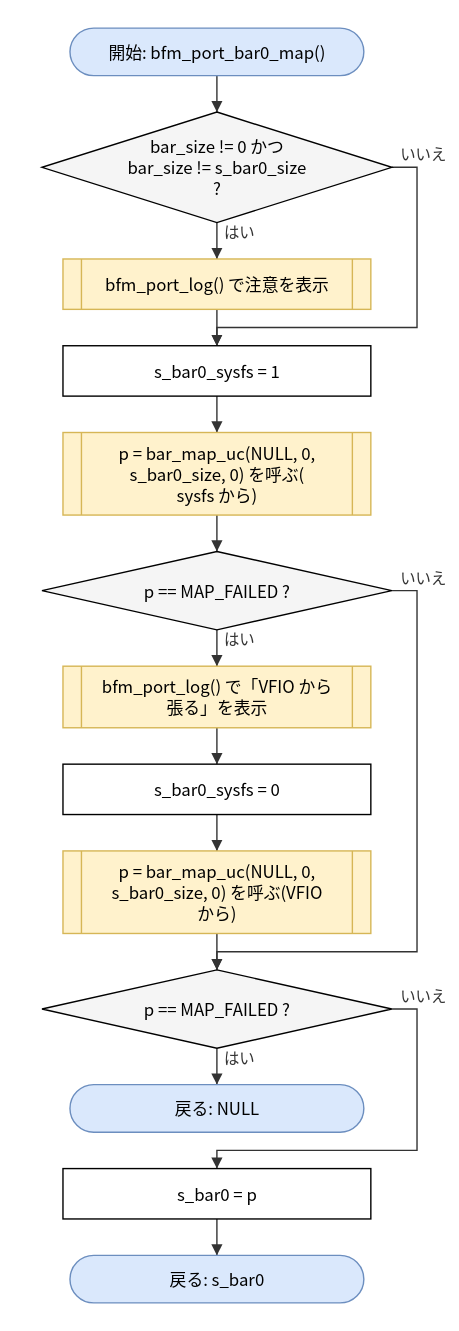
The draw.io diagram doc/spec/images/flow_port_linux_vfio_port_linux-bfm_port_bar0_map.drawio.svg in hf355051012-ai/bfmem, before a commit. Source tidied: cells renumbered, new cells last; positions are measured from the earlier drawing's top-left corner, leaving out a move shared by most shapes. The source it was exported from:
```xml
<mxGraphModel>
  <root>
    <mxCell id="0" />
    <mxCell id="1" parent="0" />
    <mxCell id="2" value="開始: bfm_port_bar0_map()" style="rounded=1;arcSize=50;whiteSpace=wrap;html=1;fillColor=#dae8fc;strokeColor=#6c8ebf;" parent="1" vertex="1">
      <mxGeometry x="20" width="210" height="34" as="geometry" />
    </mxCell>
    <mxCell id="3" value="bar_size != 0 かつ&lt;br&gt;bar_size != s_bar0_size&lt;br&gt;?" style="rhombus;whiteSpace=wrap;html=1;fillColor=#f5f5f5;" parent="1" vertex="1">
      <mxGeometry y="60" width="250" height="79" as="geometry" />
    </mxCell>
    <mxCell id="4" value="bfm_port_log() で注意を表示" style="shape=process;whiteSpace=wrap;html=1;backgroundOutline=1;size=0.06;fillColor=#fff2cc;strokeColor=#d6b656;" parent="1" vertex="1">
      <mxGeometry x="15" y="165" width="220" height="36" as="geometry" />
    </mxCell>
    <mxCell id="5" value="s_bar0_sysfs = 1" style="rounded=0;whiteSpace=wrap;html=1;" parent="1" vertex="1">
      <mxGeometry x="15" y="227" width="220" height="36" as="geometry" />
    </mxCell>
    <mxCell id="6" value="p = bar_map_uc(NULL, 0,&lt;br&gt;s_bar0_size, 0) を呼ぶ(&lt;br&gt;sysfs から)" style="shape=process;whiteSpace=wrap;html=1;backgroundOutline=1;size=0.06;fillColor=#fff2cc;strokeColor=#d6b656;" parent="1" vertex="1">
      <mxGeometry x="15" y="289" width="220" height="59" as="geometry" />
    </mxCell>
    <mxCell id="7" value="p == MAP_FAILED ?" style="rhombus;whiteSpace=wrap;html=1;fillColor=#f5f5f5;" parent="1" vertex="1">
      <mxGeometry y="374" width="250" height="56" as="geometry" />
    </mxCell>
    <mxCell id="8" value="bfm_port_log() で「VFIO から&lt;br&gt;張る」を表示" style="shape=process;whiteSpace=wrap;html=1;backgroundOutline=1;size=0.06;fillColor=#fff2cc;strokeColor=#d6b656;" parent="1" vertex="1">
      <mxGeometry x="15" y="456" width="220" height="44" as="geometry" />
    </mxCell>
    <mxCell id="9" value="s_bar0_sysfs = 0" style="rounded=0;whiteSpace=wrap;html=1;" parent="1" vertex="1">
      <mxGeometry x="15" y="526" width="220" height="36" as="geometry" />
    </mxCell>
    <mxCell id="10" value="p = bar_map_uc(NULL, 0,&lt;br&gt;s_bar0_size, 0) を呼ぶ(VFIO&lt;br&gt;から)" style="shape=process;whiteSpace=wrap;html=1;backgroundOutline=1;size=0.06;fillColor=#fff2cc;strokeColor=#d6b656;" parent="1" vertex="1">
      <mxGeometry x="15" y="588" width="220" height="59" as="geometry" />
    </mxCell>
    <mxCell id="11" value="p == MAP_FAILED ?" style="rhombus;whiteSpace=wrap;html=1;fillColor=#f5f5f5;" parent="1" vertex="1">
      <mxGeometry y="673" width="250" height="56" as="geometry" />
    </mxCell>
    <mxCell id="12" value="戻る: NULL" style="rounded=1;arcSize=50;whiteSpace=wrap;html=1;fillColor=#dae8fc;strokeColor=#6c8ebf;" parent="1" vertex="1">
      <mxGeometry x="20" y="755" width="210" height="34" as="geometry" />
    </mxCell>
    <mxCell id="13" value="s_bar0 = p" style="rounded=0;whiteSpace=wrap;html=1;" parent="1" vertex="1">
      <mxGeometry x="15" y="815" width="220" height="36" as="geometry" />
    </mxCell>
    <mxCell id="14" value="戻る: s_bar0" style="rounded=1;arcSize=50;whiteSpace=wrap;html=1;fillColor=#dae8fc;strokeColor=#6c8ebf;" parent="1" vertex="1">
      <mxGeometry x="20" y="877" width="210" height="34" as="geometry" />
    </mxCell>
    <mxCell id="15" style="edgeStyle=none;html=1;rounded=0;endArrow=block;endFill=1;exitX=0.5000;exitY=1.0000;exitDx=0;exitDy=0;exitPerimeter=0;entryX=0.5000;entryY=0.0000;entryDx=0;entryDy=0;entryPerimeter=0;" parent="1" edge="1" source="2" target="3">
      <mxGeometry relative="1" as="geometry" />
    </mxCell>
    <mxCell id="16" value="はい" style="edgeStyle=none;html=1;rounded=0;endArrow=block;endFill=1;exitX=0.5000;exitY=1.0000;exitDx=0;exitDy=0;exitPerimeter=0;entryX=0.5000;entryY=0.0000;entryDx=0;entryDy=0;entryPerimeter=0;" parent="1" edge="1" source="3" target="4">
      <mxGeometry relative="1" as="geometry" />
    </mxCell>
    <mxCell id="17" style="edgeStyle=none;html=1;rounded=0;endArrow=block;endFill=1;exitX=0.5000;exitY=1.0000;exitDx=0;exitDy=0;exitPerimeter=0;entryX=0.5000;entryY=0.0000;entryDx=0;entryDy=0;entryPerimeter=0;" parent="1" edge="1" source="4" target="5">
      <mxGeometry relative="1" as="geometry" />
    </mxCell>
    <mxCell id="18" value="いいえ" style="edgeStyle=none;html=1;rounded=0;endArrow=block;endFill=1;exitX=1.0000;exitY=0.5000;exitDx=0;exitDy=0;exitPerimeter=0;entryX=0.5000;entryY=0.0000;entryDx=0;entryDy=0;entryPerimeter=0;" parent="1" edge="1" source="3" target="5">
      <mxGeometry relative="1" as="geometry">
        <Array as="points">
          <mxPoint x="268" y="99.5" />
          <mxPoint x="268" y="214" />
          <mxPoint x="125" y="214" />
        </Array>
      </mxGeometry>
    </mxCell>
    <mxCell id="19" style="edgeStyle=none;html=1;rounded=0;endArrow=block;endFill=1;exitX=0.5000;exitY=1.0000;exitDx=0;exitDy=0;exitPerimeter=0;entryX=0.5000;entryY=0.0000;entryDx=0;entryDy=0;entryPerimeter=0;" parent="1" edge="1" source="5" target="6">
      <mxGeometry relative="1" as="geometry" />
    </mxCell>
    <mxCell id="20" style="edgeStyle=none;html=1;rounded=0;endArrow=block;endFill=1;exitX=0.5000;exitY=1.0000;exitDx=0;exitDy=0;exitPerimeter=0;entryX=0.5000;entryY=0.0000;entryDx=0;entryDy=0;entryPerimeter=0;" parent="1" edge="1" source="6" target="7">
      <mxGeometry relative="1" as="geometry" />
    </mxCell>
    <mxCell id="21" value="はい" style="edgeStyle=none;html=1;rounded=0;endArrow=block;endFill=1;exitX=0.5000;exitY=1.0000;exitDx=0;exitDy=0;exitPerimeter=0;entryX=0.5000;entryY=0.0000;entryDx=0;entryDy=0;entryPerimeter=0;" parent="1" edge="1" source="7" target="8">
      <mxGeometry relative="1" as="geometry" />
    </mxCell>
    <mxCell id="22" style="edgeStyle=none;html=1;rounded=0;endArrow=block;endFill=1;exitX=0.5000;exitY=1.0000;exitDx=0;exitDy=0;exitPerimeter=0;entryX=0.5000;entryY=0.0000;entryDx=0;entryDy=0;entryPerimeter=0;" parent="1" edge="1" source="8" target="9">
      <mxGeometry relative="1" as="geometry" />
    </mxCell>
    <mxCell id="23" style="edgeStyle=none;html=1;rounded=0;endArrow=block;endFill=1;exitX=0.5000;exitY=1.0000;exitDx=0;exitDy=0;exitPerimeter=0;entryX=0.5000;entryY=0.0000;entryDx=0;entryDy=0;entryPerimeter=0;" parent="1" edge="1" source="9" target="10">
      <mxGeometry relative="1" as="geometry" />
    </mxCell>
    <mxCell id="24" style="edgeStyle=none;html=1;rounded=0;endArrow=block;endFill=1;exitX=0.5000;exitY=1.0000;exitDx=0;exitDy=0;exitPerimeter=0;entryX=0.5000;entryY=0.0000;entryDx=0;entryDy=0;entryPerimeter=0;" parent="1" edge="1" source="10" target="11">
      <mxGeometry relative="1" as="geometry" />
    </mxCell>
    <mxCell id="25" value="いいえ" style="edgeStyle=none;html=1;rounded=0;endArrow=block;endFill=1;exitX=1.0000;exitY=0.5000;exitDx=0;exitDy=0;exitPerimeter=0;entryX=0.5000;entryY=0.0000;entryDx=0;entryDy=0;entryPerimeter=0;" parent="1" edge="1" source="7" target="11">
      <mxGeometry relative="1" as="geometry">
        <Array as="points">
          <mxPoint x="268" y="402" />
          <mxPoint x="268" y="660" />
          <mxPoint x="125" y="660" />
        </Array>
      </mxGeometry>
    </mxCell>
    <mxCell id="26" value="はい" style="edgeStyle=none;html=1;rounded=0;endArrow=block;endFill=1;exitX=0.5000;exitY=1.0000;exitDx=0;exitDy=0;exitPerimeter=0;entryX=0.5000;entryY=0.0000;entryDx=0;entryDy=0;entryPerimeter=0;" parent="1" edge="1" source="11" target="12">
      <mxGeometry relative="1" as="geometry" />
    </mxCell>
    <mxCell id="27" value="いいえ" style="edgeStyle=none;html=1;rounded=0;endArrow=block;endFill=1;exitX=1.0000;exitY=0.5000;exitDx=0;exitDy=0;exitPerimeter=0;entryX=0.5000;entryY=0.0000;entryDx=0;entryDy=0;entryPerimeter=0;" parent="1" edge="1" source="11" target="13">
      <mxGeometry relative="1" as="geometry">
        <Array as="points">
          <mxPoint x="268" y="701" />
          <mxPoint x="268" y="802" />
          <mxPoint x="125" y="802" />
        </Array>
      </mxGeometry>
    </mxCell>
    <mxCell id="28" style="edgeStyle=none;html=1;rounded=0;endArrow=block;endFill=1;exitX=0.5000;exitY=1.0000;exitDx=0;exitDy=0;exitPerimeter=0;entryX=0.5000;entryY=0.0000;entryDx=0;entryDy=0;entryPerimeter=0;" parent="1" edge="1" source="13" target="14">
      <mxGeometry relative="1" as="geometry" />
    </mxCell>
  </root>
</mxGraphModel>
```
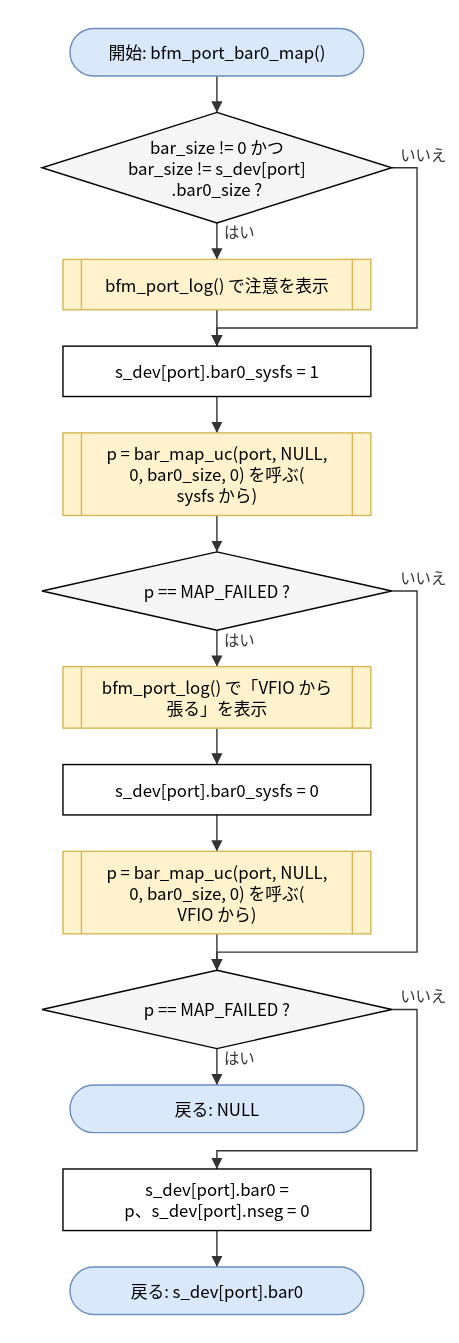
After the change.

Diff of the diagram source:
```diff
@@ -5,16 +5,16 @@
     <mxCell id="2" value="開始: bfm_port_bar0_map()" style="rounded=1;arcSize=50;whiteSpace=wrap;html=1;fillColor=#dae8fc;strokeColor=#6c8ebf;" parent="1" vertex="1">
       <mxGeometry x="20" width="210" height="34" as="geometry" />
     </mxCell>
-    <mxCell id="3" value="bar_size != 0 かつ&lt;br&gt;bar_size != s_bar0_size&lt;br&gt;?" style="rhombus;whiteSpace=wrap;html=1;fillColor=#f5f5f5;" parent="1" vertex="1">
+    <mxCell id="3" value="bar_size != 0 かつ&lt;br&gt;bar_size != s_dev[port]&lt;br&gt;.bar0_size ?" style="rhombus;whiteSpace=wrap;html=1;fillColor=#f5f5f5;" parent="1" vertex="1">
       <mxGeometry y="60" width="250" height="79" as="geometry" />
     </mxCell>
     <mxCell id="4" value="bfm_port_log() で注意を表示" style="shape=process;whiteSpace=wrap;html=1;backgroundOutline=1;size=0.06;fillColor=#fff2cc;strokeColor=#d6b656;" parent="1" vertex="1">
       <mxGeometry x="15" y="165" width="220" height="36" as="geometry" />
     </mxCell>
-    <mxCell id="5" value="s_bar0_sysfs = 1" style="rounded=0;whiteSpace=wrap;html=1;" parent="1" vertex="1">
+    <mxCell id="5" value="s_dev[port].bar0_sysfs = 1" style="rounded=0;whiteSpace=wrap;html=1;" parent="1" vertex="1">
       <mxGeometry x="15" y="227" width="220" height="36" as="geometry" />
     </mxCell>
-    <mxCell id="6" value="p = bar_map_uc(NULL, 0,&lt;br&gt;s_bar0_size, 0) を呼ぶ(&lt;br&gt;sysfs から)" style="shape=process;whiteSpace=wrap;html=1;backgroundOutline=1;size=0.06;fillColor=#fff2cc;strokeColor=#d6b656;" parent="1" vertex="1">
+    <mxCell id="6" value="p = bar_map_uc(port, NULL,&lt;br&gt;0, bar0_size, 0) を呼ぶ(&lt;br&gt;sysfs から)" style="shape=process;whiteSpace=wrap;html=1;backgroundOutline=1;size=0.06;fillColor=#fff2cc;strokeColor=#d6b656;" parent="1" vertex="1">
       <mxGeometry x="15" y="289" width="220" height="59" as="geometry" />
     </mxCell>
     <mxCell id="7" value="p == MAP_FAILED ?" style="rhombus;whiteSpace=wrap;html=1;fillColor=#f5f5f5;" parent="1" vertex="1">
@@ -23,10 +23,10 @@
     <mxCell id="8" value="bfm_port_log() で「VFIO から&lt;br&gt;張る」を表示" style="shape=process;whiteSpace=wrap;html=1;backgroundOutline=1;size=0.06;fillColor=#fff2cc;strokeColor=#d6b656;" parent="1" vertex="1">
       <mxGeometry x="15" y="456" width="220" height="44" as="geometry" />
     </mxCell>
-    <mxCell id="9" value="s_bar0_sysfs = 0" style="rounded=0;whiteSpace=wrap;html=1;" parent="1" vertex="1">
+    <mxCell id="9" value="s_dev[port].bar0_sysfs = 0" style="rounded=0;whiteSpace=wrap;html=1;" parent="1" vertex="1">
       <mxGeometry x="15" y="526" width="220" height="36" as="geometry" />
     </mxCell>
-    <mxCell id="10" value="p = bar_map_uc(NULL, 0,&lt;br&gt;s_bar0_size, 0) を呼ぶ(VFIO&lt;br&gt;から)" style="shape=process;whiteSpace=wrap;html=1;backgroundOutline=1;size=0.06;fillColor=#fff2cc;strokeColor=#d6b656;" parent="1" vertex="1">
+    <mxCell id="10" value="p = bar_map_uc(port, NULL,&lt;br&gt;0, bar0_size, 0) を呼ぶ(&lt;br&gt;VFIO から)" style="shape=process;whiteSpace=wrap;html=1;backgroundOutline=1;size=0.06;fillColor=#fff2cc;strokeColor=#d6b656;" parent="1" vertex="1">
       <mxGeometry x="15" y="588" width="220" height="59" as="geometry" />
     </mxCell>
     <mxCell id="11" value="p == MAP_FAILED ?" style="rhombus;whiteSpace=wrap;html=1;fillColor=#f5f5f5;" parent="1" vertex="1">
@@ -35,11 +35,11 @@
     <mxCell id="12" value="戻る: NULL" style="rounded=1;arcSize=50;whiteSpace=wrap;html=1;fillColor=#dae8fc;strokeColor=#6c8ebf;" parent="1" vertex="1">
       <mxGeometry x="20" y="755" width="210" height="34" as="geometry" />
     </mxCell>
-    <mxCell id="13" value="s_bar0 = p" style="rounded=0;whiteSpace=wrap;html=1;" parent="1" vertex="1">
-      <mxGeometry x="15" y="815" width="220" height="36" as="geometry" />
+    <mxCell id="13" value="s_dev[port].bar0 =&lt;br&gt;p、s_dev[port].nseg = 0" style="rounded=0;whiteSpace=wrap;html=1;" parent="1" vertex="1">
+      <mxGeometry x="15" y="815" width="220" height="44" as="geometry" />
     </mxCell>
-    <mxCell id="14" value="戻る: s_bar0" style="rounded=1;arcSize=50;whiteSpace=wrap;html=1;fillColor=#dae8fc;strokeColor=#6c8ebf;" parent="1" vertex="1">
-      <mxGeometry x="20" y="877" width="210" height="34" as="geometry" />
+    <mxCell id="14" value="戻る: s_dev[port].bar0" style="rounded=1;arcSize=50;whiteSpace=wrap;html=1;fillColor=#dae8fc;strokeColor=#6c8ebf;" parent="1" vertex="1">
+      <mxGeometry x="20" y="885" width="210" height="34" as="geometry" />
     </mxCell>
     <mxCell id="15" style="edgeStyle=none;html=1;rounded=0;endArrow=block;endFill=1;exitX=0.5000;exitY=1.0000;exitDx=0;exitDy=0;exitPerimeter=0;entryX=0.5000;entryY=0.0000;entryDx=0;entryDy=0;entryPerimeter=0;" parent="1" edge="1" source="2" target="3">
       <mxGeometry relative="1" as="geometry" />
```
